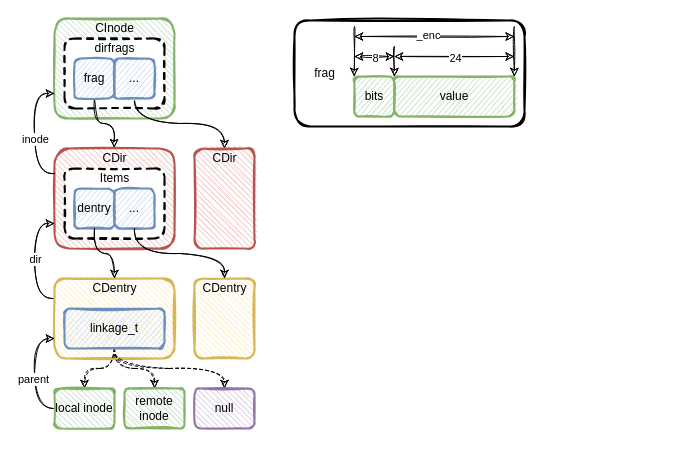
Earlier version of the draw.io diagram page "meta" (2 of 2) of ceph/ceph-mds.drawio (EarthWind/deeparch). Source tidied: cells renumbered, new cells numbered last; positions are measured from the earlier drawing's top-left corner, leaving out a move shared by most shapes. Both pictures are drawn from the tidied source at 100%, with x=0, y=0 at pixel (54, 18).
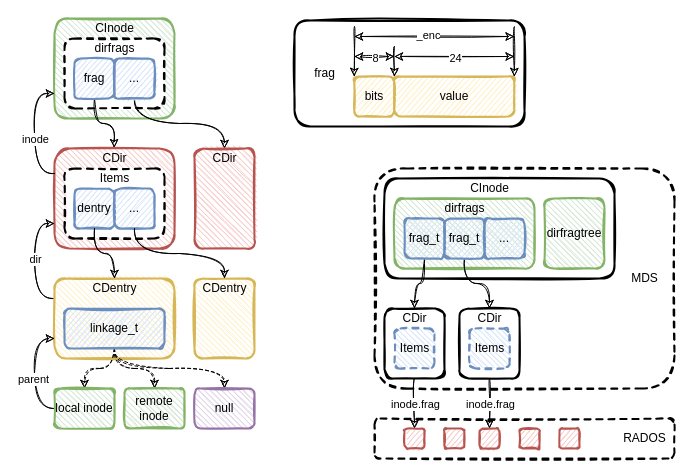
After the change.

Diff of the diagram source:
```diff
@@
+    <mxCell id="51" style="rounded=1;whiteSpace=wrap;html=1;strokeWidth=2;fillWeight=1;hachureGap=4;hachureAngle=45;sketch=1;dashed=1;" parent="1" vertex="1">
+      <mxGeometry x="320" y="400" width="300" height="40" as="geometry" />
+    </mxCell>
+    <mxCell id="52" style="rounded=1;whiteSpace=wrap;html=1;strokeWidth=2;fillWeight=1;hachureGap=4;hachureAngle=45;sketch=1;dashed=1;" parent="1" vertex="1">
+      <mxGeometry x="320" y="150" width="300" height="220" as="geometry" />
+    </mxCell>
@@
-    <mxCell id="39" value="bits" style="rounded=1;whiteSpace=wrap;html=1;sketch=1;fillColor=#d5e8d4;strokeColor=#82b366;fillWeight=1;hachureGap=4;strokeWidth=2;" parent="1" vertex="1">
+    <mxCell id="39" value="bits" style="rounded=1;whiteSpace=wrap;html=1;sketch=1;fillColor=#fff2cc;strokeColor=#d6b656;fillWeight=1;hachureGap=4;strokeWidth=2;" parent="1" vertex="1">
       <mxGeometry x="299.8" y="58" width="40" height="40" as="geometry" />
     </mxCell>
-    <mxCell id="40" value="value" style="rounded=1;whiteSpace=wrap;html=1;sketch=1;fillColor=#d5e8d4;strokeColor=#82b366;fillWeight=1;hachureGap=4;strokeWidth=2;" parent="1" vertex="1">
+    <mxCell id="40" value="value" style="rounded=1;whiteSpace=wrap;html=1;sketch=1;fillWeight=1;hachureGap=4;strokeWidth=2;fillColor=#fff2cc;strokeColor=#d6b656;" parent="1" vertex="1">
       <mxGeometry x="339.8" y="58" width="120" height="40" as="geometry" />
     </mxCell>
@@
+    <mxCell id="53" style="rounded=1;whiteSpace=wrap;html=1;strokeWidth=2;fillWeight=1;hachureGap=4;hachureAngle=45;sketch=1;" parent="1" vertex="1">
+      <mxGeometry x="330" y="160" width="230" height="100" as="geometry" />
+    </mxCell>
+    <mxCell id="54" style="rounded=1;whiteSpace=wrap;html=1;strokeWidth=2;fillWeight=1;hachureGap=4;hachureAngle=45;sketch=1;fillColor=#d5e8d4;strokeColor=#82b366;" parent="1" vertex="1">
+      <mxGeometry x="340" y="180" width="140" height="70" as="geometry" />
+    </mxCell>
+    <mxCell id="55" value="CInode" style="text;html=1;align=center;verticalAlign=middle;strokeColor=none;fillColor=none;" parent="1" vertex="1">
+      <mxGeometry x="410" y="160" width="50" height="20" as="geometry" />
+    </mxCell>
+    <mxCell id="56" style="edgeStyle=orthogonalEdgeStyle;rounded=0;jettySize=auto;html=1;curved=1;sketch=1;" parent="1" edge="1" source="57" target="66">
+      <mxGeometry relative="1" as="geometry" />
+    </mxCell>
+    <mxCell id="57" value="frag_t" style="rounded=1;whiteSpace=wrap;html=1;sketch=1;fillColor=#dae8fc;strokeColor=#6c8ebf;fillWeight=1;hachureGap=4;strokeWidth=2;" parent="1" vertex="1">
+      <mxGeometry x="350" y="200" width="40" height="40" as="geometry" />
+    </mxCell>
+    <mxCell id="58" value="..." style="rounded=1;whiteSpace=wrap;html=1;sketch=1;fillColor=#dae8fc;strokeColor=#6c8ebf;fillWeight=1;hachureGap=4;strokeWidth=2;" parent="1" vertex="1">
+      <mxGeometry x="430" y="200" width="40" height="40" as="geometry" />
+    </mxCell>
+    <mxCell id="59" value="dirfrags" style="text;html=1;align=center;verticalAlign=middle;strokeColor=none;fillColor=none;" parent="1" vertex="1">
+      <mxGeometry x="380" y="180" width="60" height="20" as="geometry" />
+    </mxCell>
+    <mxCell id="60" style="edgeStyle=orthogonalEdgeStyle;curved=1;rounded=0;sketch=1;jettySize=auto;html=1;" parent="1" edge="1" source="61" target="72">
+      <mxGeometry relative="1" as="geometry" />
+    </mxCell>
+    <mxCell id="61" value="frag_t" style="rounded=1;whiteSpace=wrap;html=1;sketch=1;fillColor=#dae8fc;strokeColor=#6c8ebf;fillWeight=1;hachureGap=4;strokeWidth=2;" parent="1" vertex="1">
+      <mxGeometry x="390" y="200" width="40" height="40" as="geometry" />
+    </mxCell>
+    <mxCell id="62" value="dirfragtree" style="rounded=1;whiteSpace=wrap;html=1;strokeWidth=2;fillWeight=1;hachureGap=4;hachureAngle=45;sketch=1;fillColor=#d5e8d4;strokeColor=#82b366;" parent="1" vertex="1">
+      <mxGeometry x="490" y="180" width="60" height="70" as="geometry" />
+    </mxCell>
+    <mxCell id="63" style="edgeStyle=orthogonalEdgeStyle;curved=1;rounded=0;sketch=1;jettySize=auto;html=1;entryX=0.5;entryY=0;entryDx=0;entryDy=0;" parent="1" edge="1" source="65" target="77">
+      <mxGeometry relative="1" as="geometry" />
+    </mxCell>
+    <mxCell id="64" value="inode.frag" style="edgeLabel;html=1;align=center;verticalAlign=middle;" parent="63" vertex="1">
+      <mxGeometry x="-0.2" y="-1" relative="1" as="geometry">
+        <mxPoint x="1" y="5" as="offset" />
+      </mxGeometry>
+    </mxCell>
+    <mxCell id="65" style="rounded=1;whiteSpace=wrap;html=1;strokeWidth=2;fillWeight=1;hachureGap=4;hachureAngle=45;sketch=1;" parent="1" vertex="1">
+      <mxGeometry x="330" y="290" width="60" height="70" as="geometry" />
+    </mxCell>
+    <mxCell id="66" value="CDir" style="text;html=1;align=center;verticalAlign=middle;points=[];strokeColor=none;fillColor=none;" parent="1" vertex="1">
+      <mxGeometry x="340" y="290" width="40" height="20" as="geometry" />
+    </mxCell>
+    <mxCell id="67" style="rounded=1;whiteSpace=wrap;html=1;strokeWidth=2;fillWeight=1;hachureGap=4;hachureAngle=45;sketch=1;dashed=1;fillColor=#dae8fc;strokeColor=#6c8ebf;" parent="1" vertex="1">
+      <mxGeometry x="340" y="310" width="40" height="40" as="geometry" />
+    </mxCell>
+    <mxCell id="68" value="Items" style="text;html=1;align=center;verticalAlign=middle;strokeColor=none;fillColor=none;" parent="1" vertex="1">
+      <mxGeometry x="340" y="320" width="40" height="20" as="geometry" />
+    </mxCell>
+    <mxCell id="69" style="edgeStyle=orthogonalEdgeStyle;curved=1;rounded=0;sketch=1;jettySize=auto;html=1;entryX=0.5;entryY=0;entryDx=0;entryDy=0;" parent="1" edge="1" source="71" target="78">
+      <mxGeometry relative="1" as="geometry" />
+    </mxCell>
+    <mxCell id="70" value="inode.frag" style="edgeLabel;html=1;align=center;verticalAlign=middle;" parent="69" vertex="1">
+      <mxGeometry x="-0.22" y="-1" relative="1" as="geometry">
+        <mxPoint x="1" y="5" as="offset" />
+      </mxGeometry>
+    </mxCell>
+    <mxCell id="71" style="rounded=1;whiteSpace=wrap;html=1;strokeWidth=2;fillWeight=1;hachureGap=4;hachureAngle=45;sketch=1;" parent="1" vertex="1">
+      <mxGeometry x="405" y="290" width="60" height="70" as="geometry" />
+    </mxCell>
+    <mxCell id="72" value="CDir" style="text;html=1;align=center;verticalAlign=middle;points=[];strokeColor=none;fillColor=none;" parent="1" vertex="1">
+      <mxGeometry x="415" y="290" width="40" height="20" as="geometry" />
+    </mxCell>
+    <mxCell id="73" style="rounded=1;whiteSpace=wrap;html=1;strokeWidth=2;fillWeight=1;hachureGap=4;hachureAngle=45;sketch=1;dashed=1;fillColor=#dae8fc;strokeColor=#6c8ebf;" parent="1" vertex="1">
+      <mxGeometry x="415" y="310" width="40" height="40" as="geometry" />
+    </mxCell>
+    <mxCell id="74" value="Items" style="text;html=1;align=center;verticalAlign=middle;strokeColor=none;fillColor=none;" parent="1" vertex="1">
+      <mxGeometry x="415" y="320" width="40" height="20" as="geometry" />
+    </mxCell>
+    <mxCell id="75" value="MDS" style="text;html=1;align=center;verticalAlign=middle;strokeColor=none;fillColor=none;" parent="1" vertex="1">
+      <mxGeometry x="570" y="250" width="40" height="20" as="geometry" />
+    </mxCell>
+    <mxCell id="76" value="RADOS" style="text;html=1;align=center;verticalAlign=middle;strokeColor=none;fillColor=none;" parent="1" vertex="1">
+      <mxGeometry x="560" y="410" width="60" height="20" as="geometry" />
+    </mxCell>
+    <mxCell id="77" style="rounded=1;whiteSpace=wrap;html=1;sketch=1;fillColor=#f8cecc;strokeColor=#b85450;fillWeight=1;hachureGap=4;strokeWidth=2;" parent="1" vertex="1">
+      <mxGeometry x="350" y="410" width="20" height="20" as="geometry" />
+    </mxCell>
+    <mxCell id="78" style="rounded=1;whiteSpace=wrap;html=1;sketch=1;fillColor=#f8cecc;strokeColor=#b85450;fillWeight=1;hachureGap=4;strokeWidth=2;" parent="1" vertex="1">
+      <mxGeometry x="425" y="410" width="20" height="20" as="geometry" />
+    </mxCell>
+    <mxCell id="79" style="rounded=1;whiteSpace=wrap;html=1;sketch=1;fillColor=#f8cecc;strokeColor=#b85450;fillWeight=1;hachureGap=4;strokeWidth=2;" parent="1" vertex="1">
+      <mxGeometry x="389.8" y="410" width="20" height="20" as="geometry" />
+    </mxCell>
+    <mxCell id="80" style="rounded=1;whiteSpace=wrap;html=1;sketch=1;fillColor=#f8cecc;strokeColor=#b85450;fillWeight=1;hachureGap=4;strokeWidth=2;" parent="1" vertex="1">
+      <mxGeometry x="465" y="410" width="20" height="20" as="geometry" />
+    </mxCell>
+    <mxCell id="81" style="rounded=1;whiteSpace=wrap;html=1;sketch=1;fillColor=#f8cecc;strokeColor=#b85450;fillWeight=1;hachureGap=4;strokeWidth=2;" parent="1" vertex="1">
+      <mxGeometry x="505" y="410" width="20" height="20" as="geometry" />
+    </mxCell>
```
